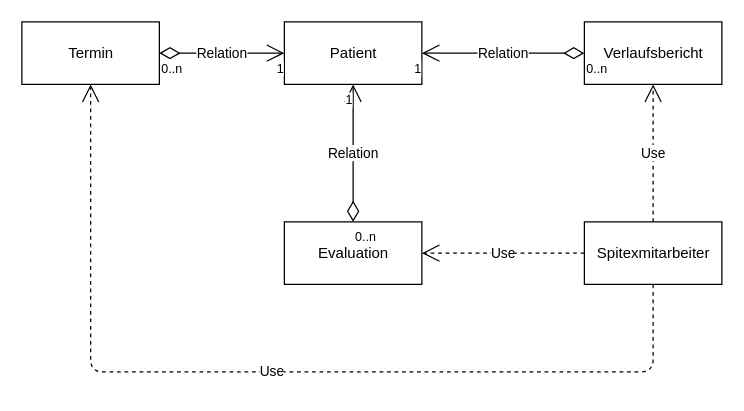
This is doc/task02/system_model_object.drawio from ceoy/ch.bfh.bti7081.s2019.black, a draw.io file, before an edit. Source tidied: cells renumbered, new cells numbered last; positions are measured from the earlier drawing's top-left corner, leaving out a move shared by most shapes. Both pictures are drawn from the tidied source at 125%, with x=0, y=0 at pixel (21, 21).
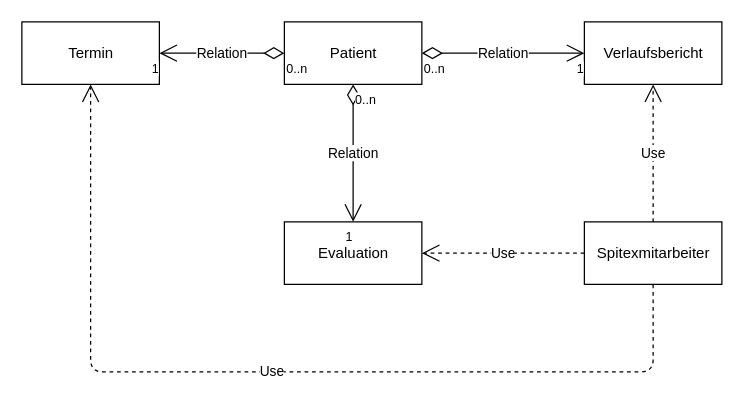
Above is the later version.

Commit message (it also covers changes not shown here):
Relationen angepasst

Unchanged cells that the change refers to:
```xml
<mxCell id="2" value="Patient" style="html=1;" parent="1" vertex="1">
  <mxGeometry x="210" width="110" height="50" as="geometry" />
</mxCell>
<mxCell id="4" value="Verlaufsbericht" style="html=1;" parent="1" vertex="1">
  <mxGeometry x="450" width="110" height="50" as="geometry" />
</mxCell>
<mxCell id="5" value="Evaluation" style="html=1;" parent="1" vertex="1">
  <mxGeometry x="210" y="160" width="110" height="50" as="geometry" />
</mxCell>
<mxCell id="14" value="Termin" style="html=1;" parent="1" vertex="1">
  <mxGeometry width="110" height="50" as="geometry" />
</mxCell>
```

Diff of the diagram source:
```diff
@@
-    <mxCell id="6" value="Relation" style="endArrow=open;html=1;endSize=12;startArrow=diamondThin;startSize=14;startFill=0;edgeStyle=orthogonalEdgeStyle;exitX=0;exitY=0.5;exitDx=0;exitDy=0;entryX=1;entryY=0.5;entryDx=0;entryDy=0;" parent="1" edge="1" source="4" target="2">
+    <mxCell id="6" value="Relation" style="endArrow=open;html=1;endSize=12;startArrow=diamondThin;startSize=14;startFill=0;edgeStyle=orthogonalEdgeStyle;exitX=1;exitY=0.5;exitDx=0;exitDy=0;entryX=0;entryY=0.5;entryDx=0;entryDy=0;" parent="1" edge="1" source="2" target="4">
       <mxGeometry relative="1" as="geometry" />
     </mxCell>
@@
-    <mxCell id="9" value="Relation" style="endArrow=open;html=1;endSize=12;startArrow=diamondThin;startSize=14;startFill=0;edgeStyle=orthogonalEdgeStyle;entryX=0.5;entryY=1;entryDx=0;entryDy=0;exitX=0.5;exitY=0;exitDx=0;exitDy=0;" parent="1" edge="1" source="5" target="2">
+    <mxCell id="9" value="Relation" style="endArrow=open;html=1;endSize=12;startArrow=diamondThin;startSize=14;startFill=0;edgeStyle=orthogonalEdgeStyle;exitX=0.5;exitY=1;exitDx=0;exitDy=0;entryX=0.5;entryY=0;entryDx=0;entryDy=0;" parent="1" edge="1" source="2" target="5">
       <mxGeometry relative="1" as="geometry" />
     </mxCell>
@@
-    <mxCell id="15" value="Relation" style="endArrow=open;html=1;endSize=12;startArrow=diamondThin;startSize=14;startFill=0;edgeStyle=orthogonalEdgeStyle;entryX=0;entryY=0.5;entryDx=0;entryDy=0;exitX=1;exitY=0.5;exitDx=0;exitDy=0;" parent="1" edge="1" source="14" target="2">
+    <mxCell id="15" value="Relation" style="endArrow=open;html=1;endSize=12;startArrow=diamondThin;startSize=14;startFill=0;edgeStyle=orthogonalEdgeStyle;exitX=0;exitY=0.5;exitDx=0;exitDy=0;entryX=1;entryY=0.5;entryDx=0;entryDy=0;" parent="1" edge="1" source="2" target="14">
       <mxGeometry relative="1" as="geometry" />
     </mxCell>
```
